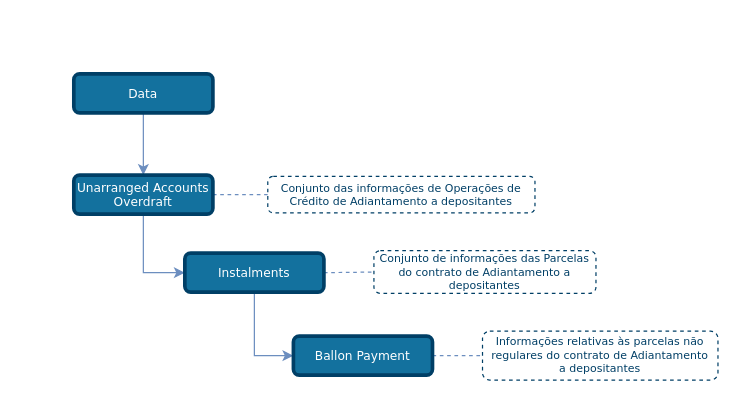
Earlier version of the draw.io diagram draw_io_diagrams/unarranged_accounts_overdraft/TLD_UnarrangedAccountsOverdraft_Instalments.drawio (OpenBanking-Brasil/areadesenvolvedor). Source tidied: cells renumbered, new cells numbered last; positions are measured from the earlier drawing's top-left corner, leaving out a move shared by most shapes. Both pictures are drawn from the tidied source at 122%, with x=0, y=0 at pixel (73, 73).
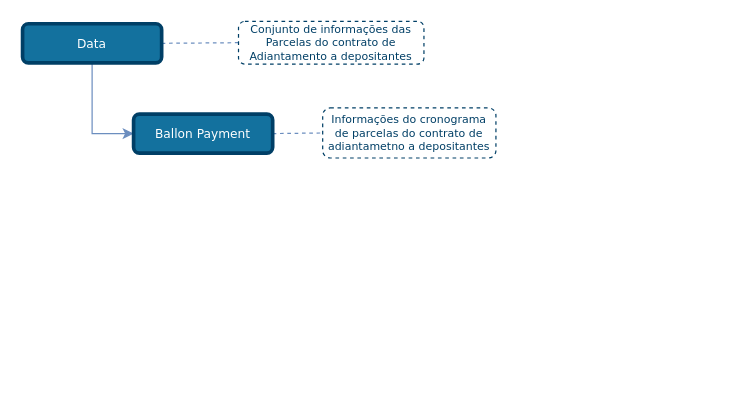
The same diagram, later.

Change to the diagram source:
```diff
@@
 <mxGraphModel>
   <root>
     <mxCell id="0" />
     <mxCell id="1" parent="0" />
-    <mxCell id="2" style="edgeStyle=none;rounded=1;jettySize=auto;html=1;entryX=0;entryY=0.5;entryDx=0;entryDy=0;dashed=1;endArrow=none;endFill=0;endSize=6;strokeColor=#6C8EBF;exitX=1;exitY=0.5;exitDx=0;exitDy=0;" parent="1" edge="1" source="13" target="8">
+    <mxCell id="2" style="edgeStyle=none;rounded=1;jettySize=auto;html=1;entryX=0;entryY=0.5;entryDx=0;entryDy=0;dashed=1;endArrow=none;endFill=0;endSize=6;strokeColor=#6C8EBF;exitX=1;exitY=0.5;exitDx=0;exitDy=0;" parent="1" edge="1" source="12" target="8">
       <mxGeometry relative="1" as="geometry" />
     </mxCell>
-    <mxCell id="3" style="edgeStyle=orthogonalEdgeStyle;rounded=0;jettySize=auto;html=1;entryX=0.5;entryY=0;entryDx=0;entryDy=0;endSize=6;fillColor=#dae8fc;strokeColor=#6c8ebf;comic=0;shadow=0;backgroundOutline=0;snapToPoint=0;fixDash=0;endArrow=classic;endFill=1;exitX=0.5;exitY=1;exitDx=0;exitDy=0;" parent="1" edge="1" source="12" target="6">
-      <mxGeometry relative="1" as="geometry" />
-    </mxCell>
-    <mxCell id="4" style="edgeStyle=orthogonalEdgeStyle;rounded=0;jettySize=auto;html=1;exitX=0.5;exitY=1;exitDx=0;exitDy=0;entryX=0;entryY=0.5;entryDx=0;entryDy=0;strokeColor=#6C8EBF;endArrow=classic;endFill=1;" parent="1" edge="1" source="6" target="13">
-      <mxGeometry relative="1" as="geometry" />
-    </mxCell>
-    <mxCell id="5" style="edgeStyle=none;rounded=1;jettySize=auto;html=1;exitX=1;exitY=0.5;exitDx=0;exitDy=0;entryX=0;entryY=0.5;entryDx=0;entryDy=0;dashed=1;endArrow=none;endFill=0;endSize=6;strokeColor=#6C8EBF;" parent="1" edge="1" source="6" target="7">
-      <mxGeometry relative="1" as="geometry" />
-    </mxCell>
-    <mxCell id="6" value="Unarranged Accounts Overdraft" style="rounded=1;whiteSpace=wrap;html=1;comic=0;shadow=0;backgroundOutline=0;snapToPoint=0;fixDash=0;strokeWidth=3;fontFamily=Verdana;fontStyle=0;labelBackgroundColor=none;labelBorderColor=none;fontSize=10;fillColor=#13719E;strokeColor=#003F66;fontColor=#ffffff;" parent="1" vertex="1">
-      <mxGeometry y="83" width="114" height="32" as="geometry" />
-    </mxCell>
-    <mxCell id="7" value="&lt;font style=&quot;font-size: 9px&quot;&gt;Conjunto das informações de Operações de Crédito de Adiantamento a depositantes&lt;/font&gt;" style="rounded=1;whiteSpace=wrap;html=1;shadow=0;comic=0;strokeColor=#003F66;strokeWidth=1;fillColor=#ffffff;fontFamily=Verdana;fontSize=9;fontColor=#003F66;dashed=1;spacingLeft=5;spacing=0;spacingRight=5;spacingBottom=5;spacingTop=5;align=center;verticalAlign=middle;gradientColor=#ffffff;" parent="1" vertex="1">
-      <mxGeometry x="159" y="84" width="219" height="30" as="geometry" />
-    </mxCell>
     <mxCell id="8" value="&lt;font style=&quot;font-size: 9px&quot;&gt;Conjunto de informações das Parcelas do contrato de Adiantamento a depositantes&lt;/font&gt;" style="rounded=1;whiteSpace=wrap;html=1;shadow=0;comic=0;strokeColor=#003F66;strokeWidth=1;fillColor=#ffffff;fontFamily=Verdana;fontSize=9;fontColor=#003F66;dashed=1;spacingLeft=5;spacing=0;spacingRight=5;spacingBottom=5;spacingTop=5;align=center;verticalAlign=middle;gradientColor=#ffffff;" parent="1" vertex="1">
-      <mxGeometry x="246" y="145" width="182" height="35" as="geometry" />
+      <mxGeometry x="135" y="-43" width="152" height="35" as="geometry" />
     </mxCell>
     <mxCell id="9" style="edgeStyle=none;rounded=1;jettySize=auto;html=1;entryX=0;entryY=0.5;entryDx=0;entryDy=0;dashed=1;endArrow=none;endFill=0;endSize=6;strokeColor=#6C8EBF;exitX=1;exitY=0.5;exitDx=0;exitDy=0;" parent="1" edge="1" source="14" target="10">
       <mxGeometry relative="1" as="geometry" />
     </mxCell>
-    <mxCell id="10" value="&lt;font style=&quot;font-size: 9px&quot;&gt;Informações relativas às parcelas não regulares do contrato de Adiantamento a depositantes&lt;/font&gt;" style="rounded=1;whiteSpace=wrap;html=1;shadow=0;comic=0;strokeColor=#003F66;strokeWidth=1;fillColor=#ffffff;fontFamily=Verdana;fontSize=9;fontColor=#003F66;dashed=1;spacingLeft=5;spacing=0;spacingRight=5;spacingBottom=5;spacingTop=5;align=center;verticalAlign=middle;gradientColor=#ffffff;" parent="1" vertex="1">
-      <mxGeometry x="335" y="211" width="193" height="40" as="geometry" />
+    <mxCell id="10" value="&lt;font style=&quot;font-size: 9px&quot;&gt;Informações do cronograma de parcelas do contrato de adiantametno a depositantes&lt;/font&gt;" style="rounded=1;whiteSpace=wrap;html=1;shadow=0;comic=0;strokeColor=#003F66;strokeWidth=1;fillColor=#ffffff;fontFamily=Verdana;fontSize=9;fontColor=#003F66;dashed=1;spacingLeft=5;spacing=0;spacingRight=5;spacingBottom=5;spacingTop=5;align=center;verticalAlign=middle;gradientColor=#ffffff;" parent="1" vertex="1">
+      <mxGeometry x="204" y="28" width="142" height="41" as="geometry" />
     </mxCell>
-    <mxCell id="11" style="edgeStyle=orthogonalEdgeStyle;rounded=0;jettySize=auto;html=1;exitX=0.5;exitY=1;exitDx=0;exitDy=0;entryX=0;entryY=0.5;entryDx=0;entryDy=0;strokeColor=#6C8EBF;endArrow=classic;endFill=1;" parent="1" edge="1" source="13" target="14">
+    <mxCell id="11" style="edgeStyle=orthogonalEdgeStyle;rounded=0;jettySize=auto;html=1;exitX=0.5;exitY=1;exitDx=0;exitDy=0;entryX=0;entryY=0.5;entryDx=0;entryDy=0;strokeColor=#6C8EBF;endArrow=classic;endFill=1;" parent="1" edge="1" source="12" target="14">
       <mxGeometry relative="1" as="geometry" />
     </mxCell>
     <mxCell id="12" value="Data" style="rounded=1;whiteSpace=wrap;html=1;comic=0;shadow=0;backgroundOutline=0;snapToPoint=0;fixDash=0;strokeWidth=3;fontFamily=Verdana;fontStyle=0;labelBackgroundColor=none;labelBorderColor=none;fontSize=10;fillColor=#13719E;strokeColor=#003F66;fontColor=#ffffff;" parent="1" vertex="1">
-      <mxGeometry width="114" height="32" as="geometry" />
+      <mxGeometry x="-42" y="-41" width="114" height="32" as="geometry" />
     </mxCell>
-    <mxCell id="13" value="Instalments" style="rounded=1;whiteSpace=wrap;html=1;comic=0;shadow=0;backgroundOutline=0;snapToPoint=0;fixDash=0;strokeWidth=3;fontFamily=Verdana;fontStyle=0;labelBackgroundColor=none;labelBorderColor=none;fontSize=10;fillColor=#13719E;strokeColor=#003F66;fontColor=#ffffff;" parent="1" vertex="1">
-      <mxGeometry x="91" y="147" width="114" height="32" as="geometry" />
-    </mxCell>
     <mxCell id="14" value="Ballon Payment" style="rounded=1;whiteSpace=wrap;html=1;comic=0;shadow=0;backgroundOutline=0;snapToPoint=0;fixDash=0;strokeWidth=3;fontFamily=Verdana;fontStyle=0;labelBackgroundColor=none;labelBorderColor=none;fontSize=10;fillColor=#13719E;strokeColor=#003F66;fontColor=#ffffff;" parent="1" vertex="1">
-      <mxGeometry x="180" y="215" width="114" height="32" as="geometry" />
+      <mxGeometry x="49" y="33" width="114" height="32" as="geometry" />
     </mxCell>
   </root>
 </mxGraphModel>
```
